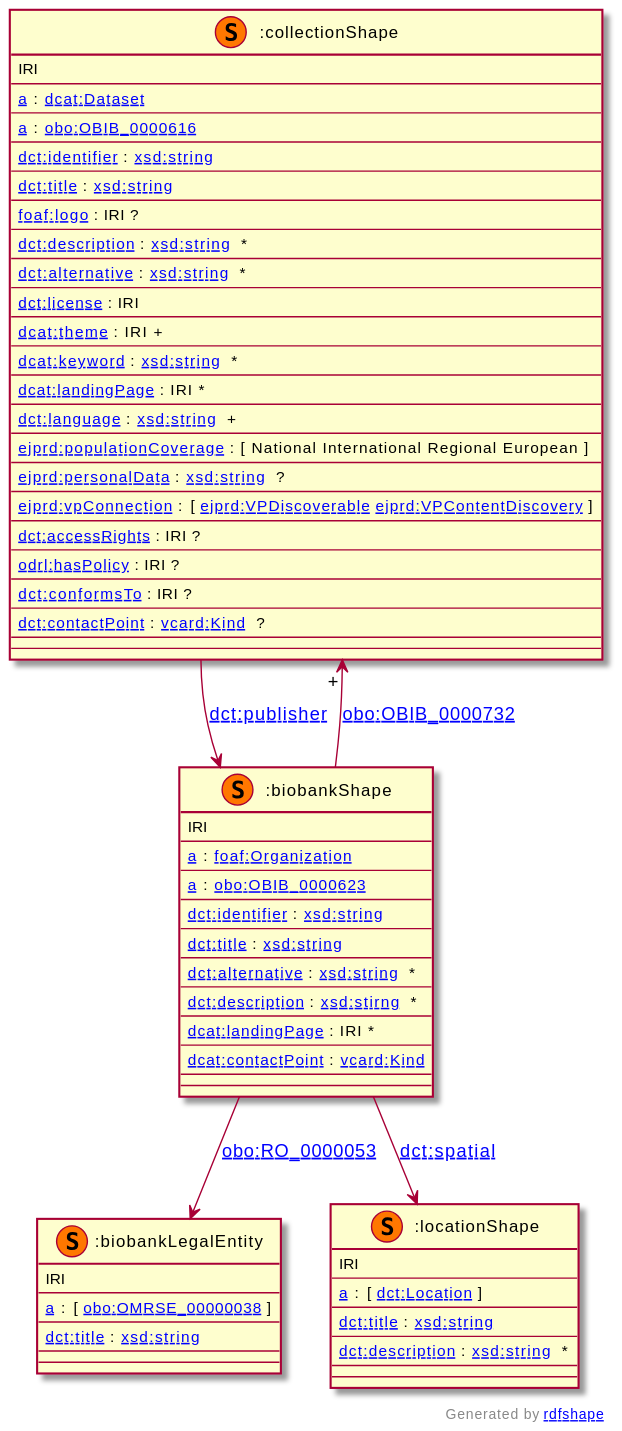
Before: images/shex/biobank.svg, a diagram exported from PlantUML (ejp-rd-vp/resource-metadata-schema).
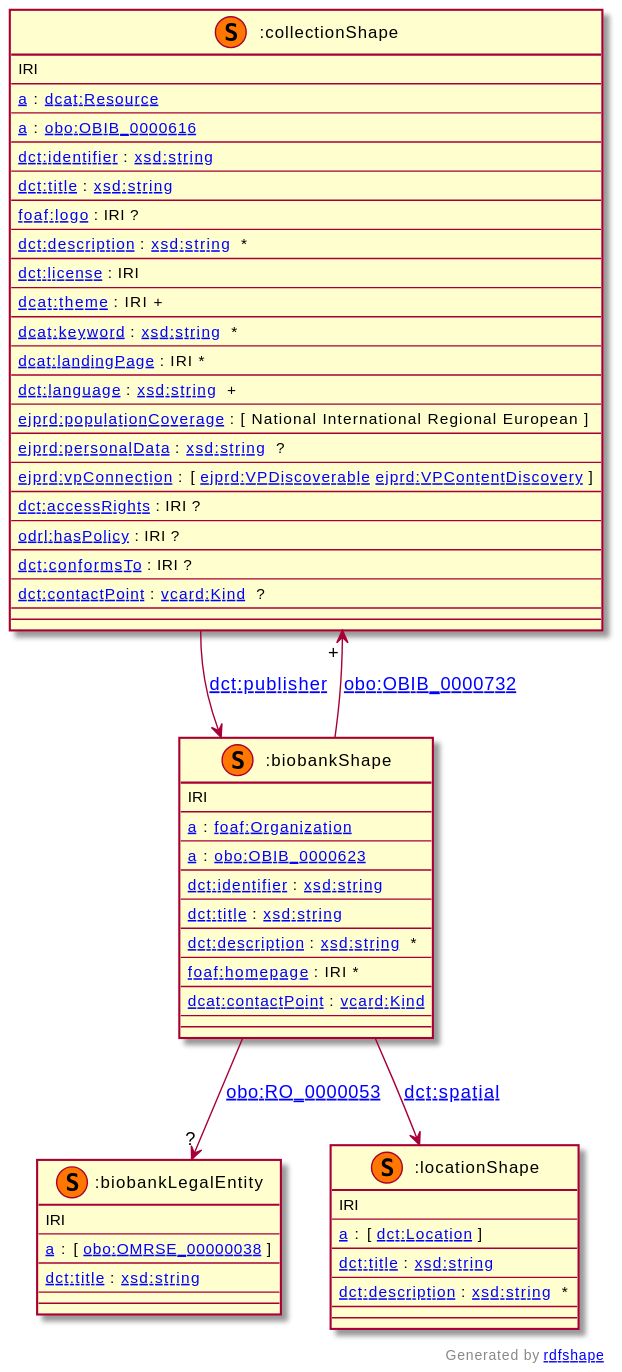
The same diagram one commit later.

Commit message:
feat: removes dct:alternative and other minor changes

Diff of the diagram source:
```diff
@@ -2,7 +2,7 @@
 class ":collectionShape" as 0 <<(S,#FF7700)>> [[http://purl.org/ejp-rd/metadata-model/v1/shex/collectionShape :collectionShape]] {
 IRI
 --
-[[http://www.w3.org/1999/02/22-rdf-syntax-ns#type a]] : [[http://www.w3.org/ns/dcat#Dataset dcat:Dataset]]
+[[http://www.w3.org/1999/02/22-rdf-syntax-ns#type a]] : [[http://www.w3.org/ns/dcat#Resource dcat:Resource]]
 --
 [[http://www.w3.org/1999/02/22-rdf-syntax-ns#type a]] : [[http://purl.obolibrary.org/obo/OBIB_0000616 obo:OBIB_0000616]]
 --
@@ -13,8 +13,6 @@
 [[http://xmlns.com/foaf/0.1/logo foaf:logo]] : IRI ?
 --
 [[http://purl.org/dc/terms/description dct:description]] : [[http://www.w3.org/2001/XMLSchema#string xsd:string]]  *
---
-[[http://purl.org/dc/terms/alternative dct:alternative]] : [[http://www.w3.org/2001/XMLSchema#string xsd:string]]  *
 --
 [[http://purl.org/dc/terms/license dct:license]] : IRI
 --
@@ -53,11 +51,9 @@
 --
 [[http://purl.org/dc/terms/title dct:title]] : [[http://www.w3.org/2001/XMLSchema#string xsd:string]]
 --
-[[http://purl.org/dc/terms/alternative dct:alternative]] : [[http://www.w3.org/2001/XMLSchema#string xsd:string]]  *
+[[http://purl.org/dc/terms/description dct:description]] : [[http://www.w3.org/2001/XMLSchema#string xsd:string]]  *
 --
-[[http://purl.org/dc/terms/description dct:description]] : [[http://www.w3.org/2001/XMLSchema#stirng xsd:stirng]]  *
---
-[[http://www.w3.org/ns/dcat#landingPage dcat:landingPage]] : IRI *
+[[http://xmlns.com/foaf/0.1/homepage foaf:homepage]] : IRI *
 --
 [[http://www.w3.org/ns/dcat#contactPoint dcat:contactPoint]] : [[http://www.w3.org/2006/vcard/ns#Kind vcard:Kind]]
 --
@@ -84,7 +80,7 @@
 --
 }
 1 --> " " 3 : [[http://purl.org/dc/terms/spatial dct:spatial]]
-1 --> " " 2 : [[http://purl.obolibrary.org/obo/RO_0000053 obo:RO_0000053]]
+1 --> "?" 2 : [[http://purl.obolibrary.org/obo/RO_0000053 obo:RO_0000053]]
 1 --> "+" 0 : [[http://purl.obolibrary.org/obo/OBIB_0000732 obo:OBIB_0000732]]
 0 --> " " 1 : [[http://purl.org/dc/terms/publisher dct:publisher]]
 
```
